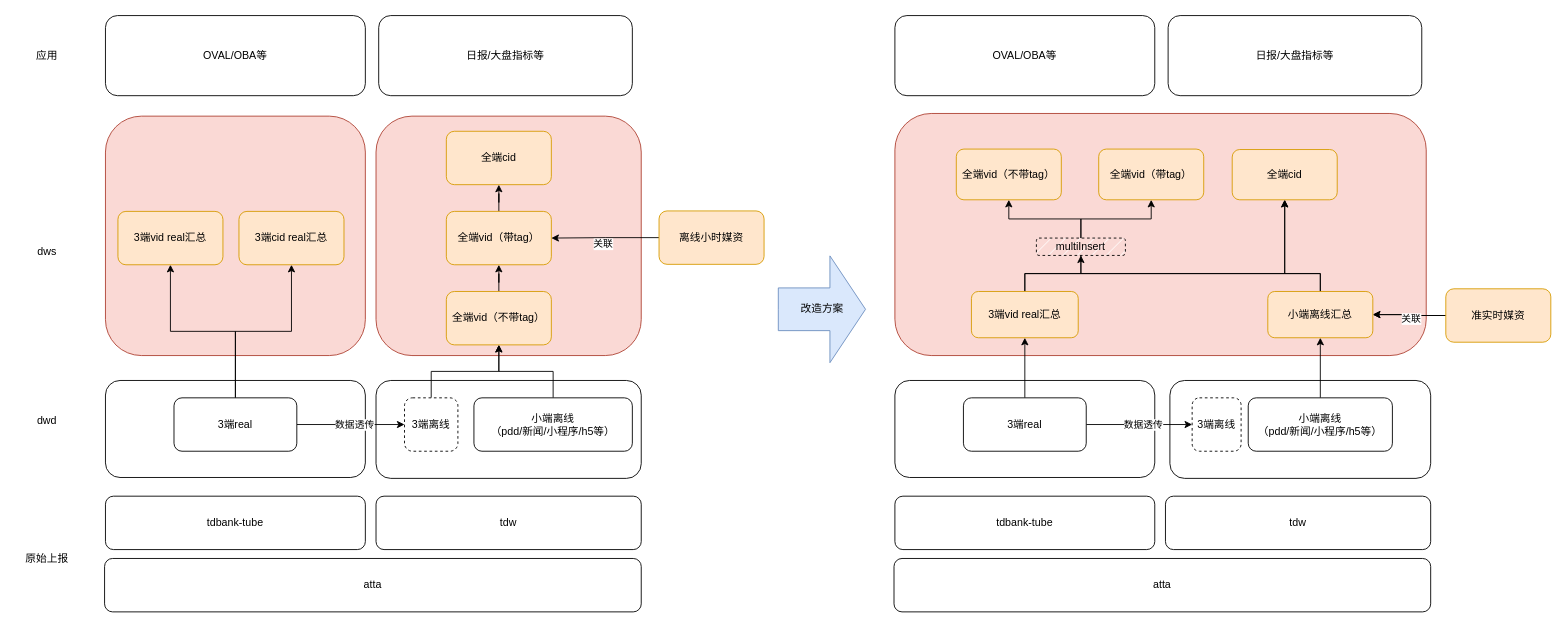
Earlier version of the draw.io diagram 播放全端dws数据统一.drawio (Arthur-Lanc/drawio). Source tidied: cells renumbered, new cells numbered last; positions are measured from the earlier drawing's top-left corner, leaving out a move shared by most shapes. Both pictures are drawn from the tidied source at 89%, with x=0, y=0 at pixel (15, 15).
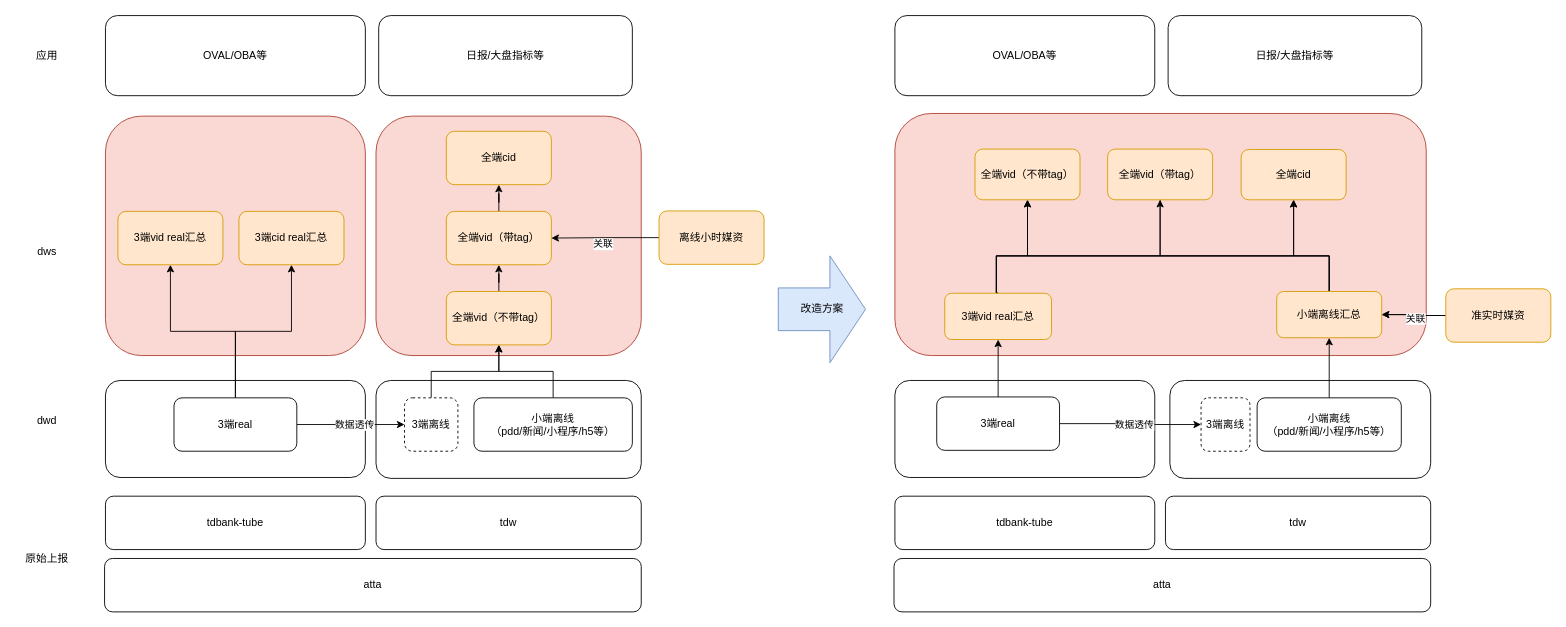
The same diagram, later.

Commit message:
更新播放全端dws数据统一.drawio

Change to the diagram source:
```diff
@@
     <mxCell id="44" value="3端real" style="rounded=1;whiteSpace=wrap;html=1;" parent="1" vertex="1">
-      <mxGeometry x="1065" y="429.5" width="138" height="60" as="geometry" />
+      <mxGeometry x="1035" y="428.5" width="138" height="60" as="geometry" />
     </mxCell>
-    <mxCell id="45" style="edgeStyle=orthogonalEdgeStyle;rounded=0;jettySize=auto;html=1;" parent="1" edge="1" source="47" target="51">
-      <mxGeometry relative="1" as="geometry" />
-    </mxCell>
+    <mxCell id="66" style="edgeStyle=orthogonalEdgeStyle;rounded=0;jettySize=auto;html=1;exitX=0.5;exitY=0;exitDx=0;exitDy=0;entryX=0.5;entryY=1;entryDx=0;entryDy=0;" parent="1" edge="1" source="47" target="48">
+      <mxGeometry relative="1" as="geometry">
+        <Array as="points">
+          <mxPoint x="1102" y="270" />
+          <mxPoint x="1137" y="270" />
+        </Array>
+      </mxGeometry>
+    </mxCell>
+    <mxCell id="67" style="edgeStyle=orthogonalEdgeStyle;rounded=0;jettySize=auto;html=1;exitX=0.5;exitY=0;exitDx=0;exitDy=0;entryX=0.5;entryY=1;entryDx=0;entryDy=0;" parent="1" edge="1" source="47" target="65">
+      <mxGeometry relative="1" as="geometry">
+        <Array as="points">
+          <mxPoint x="1102" y="270" />
+          <mxPoint x="1286" y="270" />
+        </Array>
+      </mxGeometry>
+    </mxCell>
     <mxCell id="46" style="edgeStyle=orthogonalEdgeStyle;rounded=0;jettySize=auto;html=1;exitX=0.5;exitY=0;exitDx=0;exitDy=0;entryX=0.5;entryY=1;entryDx=0;entryDy=0;" parent="1" edge="1" source="47" target="52">
       <mxGeometry relative="1" as="geometry">
         <Array as="points">
-          <mxPoint x="1134" y="290" />
-          <mxPoint x="1426" y="290" />
+          <mxPoint x="1102" y="270" />
+          <mxPoint x="1436" y="270" />
         </Array>
       </mxGeometry>
     </mxCell>
     <mxCell id="47" value="3端vid real汇总" style="rounded=1;whiteSpace=wrap;html=1;fillColor=#ffe6cc;strokeColor=#d79b00;" parent="1" vertex="1">
-      <mxGeometry x="1074" y="310" width="120" height="52" as="geometry" />
+      <mxGeometry x="1044" y="312" width="120" height="52" as="geometry" />
     </mxCell>
     <mxCell id="48" value="全端vid（不带tag）" style="rounded=1;whiteSpace=wrap;html=1;fillColor=#ffe6cc;strokeColor=#d79b00;" parent="1" vertex="1">
-      <mxGeometry x="1057" y="150" width="118" height="57" as="geometry" />
+      <mxGeometry x="1078" y="150" width="118" height="57" as="geometry" />
     </mxCell>
-    <mxCell id="49" style="edgeStyle=orthogonalEdgeStyle;rounded=0;jettySize=auto;html=1;exitX=0.5;exitY=0;exitDx=0;exitDy=0;entryX=0.5;entryY=1;entryDx=0;entryDy=0;" parent="1" edge="1" source="51" target="48">
-      <mxGeometry relative="1" as="geometry" />
-    </mxCell>
-    <mxCell id="50" style="edgeStyle=orthogonalEdgeStyle;rounded=0;jettySize=auto;html=1;exitX=0.5;exitY=0;exitDx=0;exitDy=0;entryX=0.5;entryY=1;entryDx=0;entryDy=0;" parent="1" edge="1" source="51" target="65">
-      <mxGeometry relative="1" as="geometry" />
-    </mxCell>
-    <mxCell id="51" value="multiInsert" style="rounded=1;whiteSpace=wrap;html=1;shadow=0;fillStyle=hatch;dashed=1;" parent="1" vertex="1">
-      <mxGeometry x="1147" y="250" width="100" height="19.5" as="geometry" />
-    </mxCell>
     <mxCell id="52" value="全端cid" style="rounded=1;whiteSpace=wrap;html=1;fillColor=#ffe6cc;strokeColor=#d79b00;" parent="1" vertex="1">
-      <mxGeometry x="1367" y="150.5" width="118" height="56.5" as="geometry" />
+      <mxGeometry x="1377" y="150.5" width="118" height="56.5" as="geometry" />
     </mxCell>
@@
     <mxCell id="60" value="小端离线&lt;br&gt;（pdd/新闻/小程序/h5等）" style="rounded=1;whiteSpace=wrap;html=1;" parent="1" vertex="1">
-      <mxGeometry x="1385" y="429.5" width="162" height="60" as="geometry" />
+      <mxGeometry x="1395" y="429.5" width="162" height="60" as="geometry" />
     </mxCell>
     <mxCell id="61" value="3端离线" style="rounded=1;whiteSpace=wrap;html=1;gradientColor=none;dashed=1;" parent="1" vertex="1">
-      <mxGeometry x="1322" y="429.5" width="55" height="60" as="geometry" />
+      <mxGeometry x="1332" y="429.5" width="55" height="60" as="geometry" />
     </mxCell>
-    <mxCell id="62" style="edgeStyle=orthogonalEdgeStyle;rounded=0;jettySize=auto;html=1;exitX=0.5;exitY=0;exitDx=0;exitDy=0;entryX=0.5;entryY=1;entryDx=0;entryDy=0;startArrow=none;startFill=0;endArrow=none;endFill=0;" parent="1" edge="1" source="64" target="51">
-      <mxGeometry relative="1" as="geometry" />
-    </mxCell>
+    <mxCell id="68" style="edgeStyle=orthogonalEdgeStyle;rounded=0;jettySize=auto;html=1;exitX=0.5;exitY=0;exitDx=0;exitDy=0;entryX=0.5;entryY=1;entryDx=0;entryDy=0;" parent="1" edge="1" source="64">
+      <mxGeometry relative="1" as="geometry">
+        <mxPoint x="1286" y="179" as="targetPoint" />
+        <Array as="points">
+          <mxPoint x="1476" y="270" />
+          <mxPoint x="1286" y="270" />
+        </Array>
+      </mxGeometry>
+    </mxCell>
     <mxCell id="63" style="edgeStyle=orthogonalEdgeStyle;rounded=0;jettySize=auto;html=1;exitX=0.5;exitY=0;exitDx=0;exitDy=0;entryX=0.5;entryY=1;entryDx=0;entryDy=0;" parent="1" edge="1" source="64" target="52">
       <mxGeometry relative="1" as="geometry">
         <Array as="points">
-          <mxPoint x="1466" y="290" />
-          <mxPoint x="1426" y="290" />
+          <mxPoint x="1476" y="270" />
+          <mxPoint x="1436" y="270" />
         </Array>
       </mxGeometry>
     </mxCell>
+    <mxCell id="69" style="edgeStyle=orthogonalEdgeStyle;rounded=0;jettySize=auto;html=1;exitX=0.5;exitY=0;exitDx=0;exitDy=0;entryX=0.5;entryY=1;entryDx=0;entryDy=0;" parent="1" edge="1" source="64" target="48">
+      <mxGeometry relative="1" as="geometry">
+        <Array as="points">
+          <mxPoint x="1476" y="270" />
+          <mxPoint x="1137" y="270" />
+        </Array>
+      </mxGeometry>
+    </mxCell>
     <mxCell id="64" value="小端离线汇总" style="rounded=1;whiteSpace=wrap;html=1;fillColor=#ffe6cc;strokeColor=#d79b00;" parent="1" vertex="1">
-      <mxGeometry x="1407" y="310" width="118" height="52" as="geometry" />
+      <mxGeometry x="1417" y="310" width="118" height="52" as="geometry" />
     </mxCell>
     <mxCell id="65" value="全端vid（带tag）" style="rounded=1;whiteSpace=wrap;html=1;fillColor=#ffe6cc;strokeColor=#d79b00;" parent="1" vertex="1">
-      <mxGeometry x="1217" y="150" width="118" height="57" as="geometry" />
+      <mxGeometry x="1227" y="150" width="118" height="57" as="geometry" />
     </mxCell>
```
